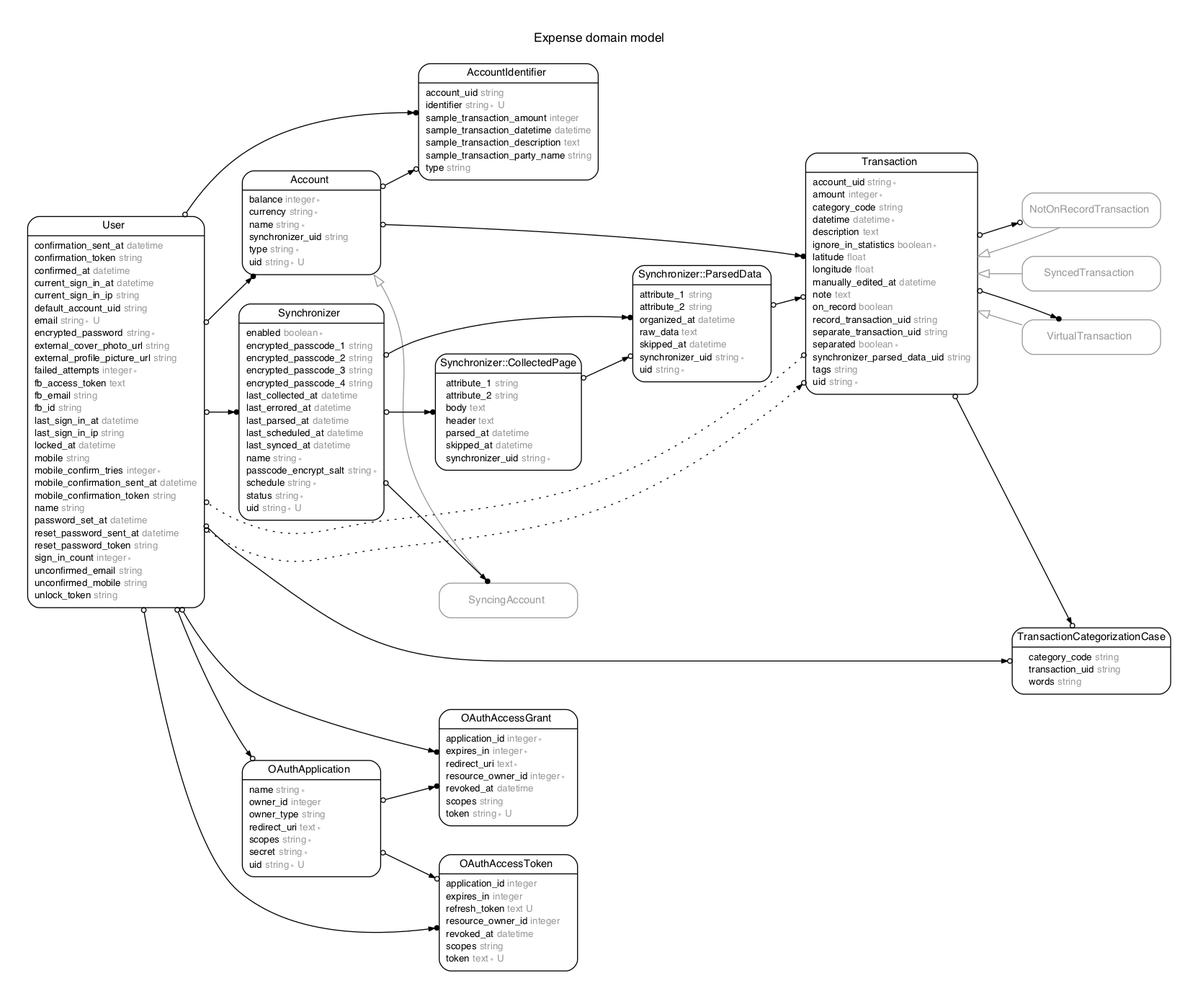
expenture/Expense keeps this Graphviz diagram as erd.png. Above is the earlier version. Its source is kept beside it as erd.dot.
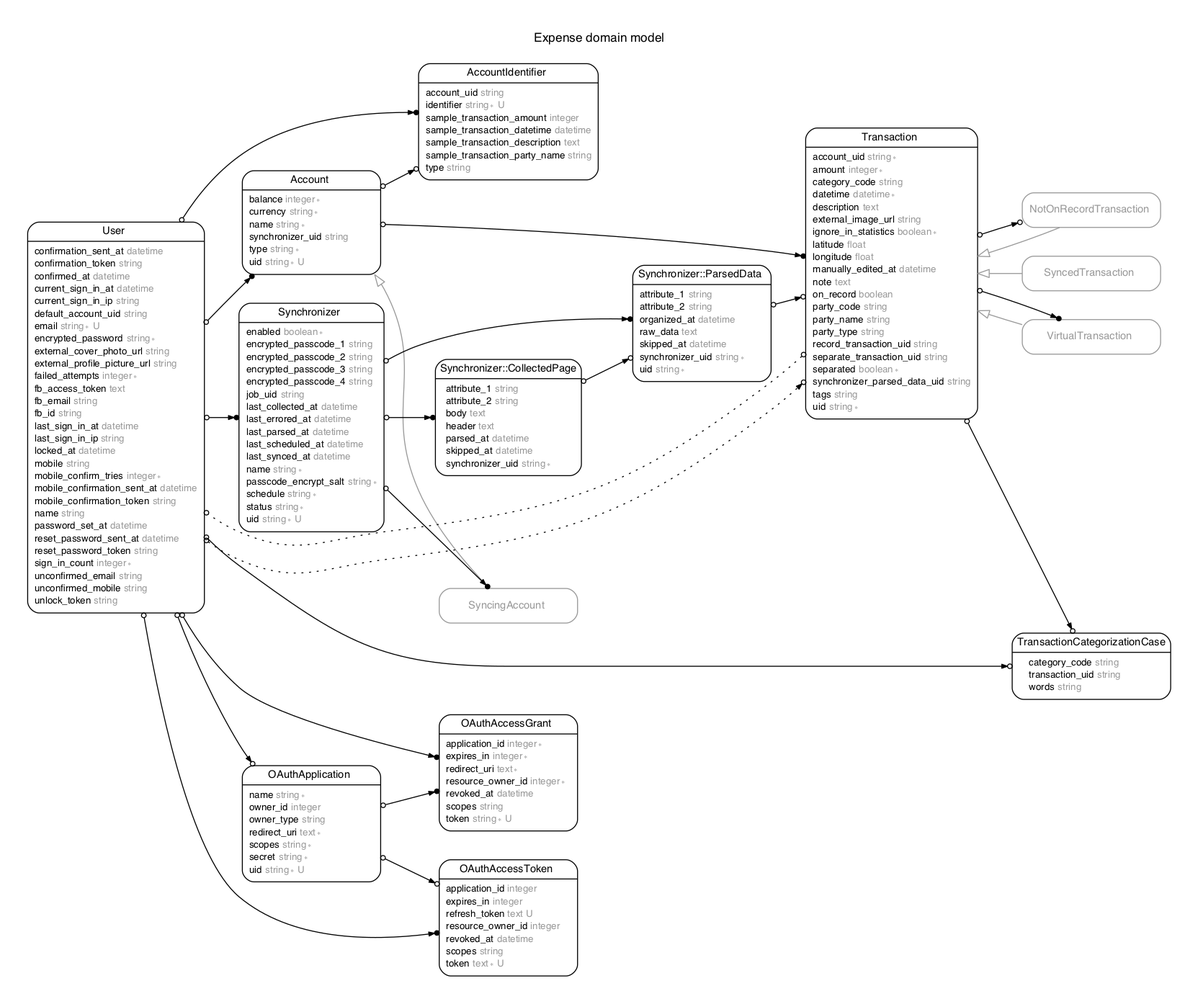
After the change.

What changed in the source:
```diff
@@ -98,6 +98,7 @@
   <tr><td align="left" width="130" port="encrypted_passcode_2">encrypted_passcode_2 <font face="Arial ItalicMT" color="grey60">string</font></td></tr>
   <tr><td align="left" width="130" port="encrypted_passcode_3">encrypted_passcode_3 <font face="Arial ItalicMT" color="grey60">string</font></td></tr>
   <tr><td align="left" width="130" port="encrypted_passcode_4">encrypted_passcode_4 <font face="Arial ItalicMT" color="grey60">string</font></td></tr>
+  <tr><td align="left" width="130" port="job_uid">job_uid <font face="Arial ItalicMT" color="grey60">string</font></td></tr>
   <tr><td align="left" width="130" port="last_collected_at">last_collected_at <font face="Arial ItalicMT" color="grey60">datetime</font></td></tr>
   <tr><td align="left" width="130" port="last_errored_at">last_errored_at <font face="Arial ItalicMT" color="grey60">datetime</font></td></tr>
   <tr><td align="left" width="130" port="last_parsed_at">last_parsed_at <font face="Arial ItalicMT" color="grey60">datetime</font></td></tr>
@@ -152,12 +153,16 @@
   <tr><td align="left" width="130" port="category_code">category_code <font face="Arial ItalicMT" color="grey60">string</font></td></tr>
   <tr><td align="left" width="130" port="datetime">datetime <font face="Arial ItalicMT" color="grey60">datetime ∗</font></td></tr>
   <tr><td align="left" width="130" port="description">description <font face="Arial ItalicMT" color="grey60">text</font></td></tr>
+  <tr><td align="left" width="130" port="external_image_url">external_image_url <font face="Arial ItalicMT" color="grey60">string</font></td></tr>
   <tr><td align="left" width="130" port="ignore_in_statistics">ignore_in_statistics <font face="Arial ItalicMT" color="grey60">boolean ∗</font></td></tr>
   <tr><td align="left" width="130" port="latitude">latitude <font face="Arial ItalicMT" color="grey60">float</font></td></tr>
   <tr><td align="left" width="130" port="longitude">longitude <font face="Arial ItalicMT" color="grey60">float</font></td></tr>
   <tr><td align="left" width="130" port="manually_edited_at">manually_edited_at <font face="Arial ItalicMT" color="grey60">datetime</font></td></tr>
   <tr><td align="left" width="130" port="note">note <font face="Arial ItalicMT" color="grey60">text</font></td></tr>
   <tr><td align="left" width="130" port="on_record">on_record <font face="Arial ItalicMT" color="grey60">boolean</font></td></tr>
+  <tr><td align="left" width="130" port="party_code">party_code <font face="Arial ItalicMT" color="grey60">string</font></td></tr>
+  <tr><td align="left" width="130" port="party_name">party_name <font face="Arial ItalicMT" color="grey60">string</font></td></tr>
+  <tr><td align="left" width="130" port="party_type">party_type <font face="Arial ItalicMT" color="grey60">string</font></td></tr>
   <tr><td align="left" width="130" port="record_transaction_uid">record_transaction_uid <font face="Arial ItalicMT" color="grey60">string</font></td></tr>
   <tr><td align="left" width="130" port="separate_transaction_uid">separate_transaction_uid <font face="Arial ItalicMT" color="grey60">string</font></td></tr>
   <tr><td align="left" width="130" port="separated">separated <font face="Arial ItalicMT" color="grey60">boolean ∗</font></td></tr>
```
